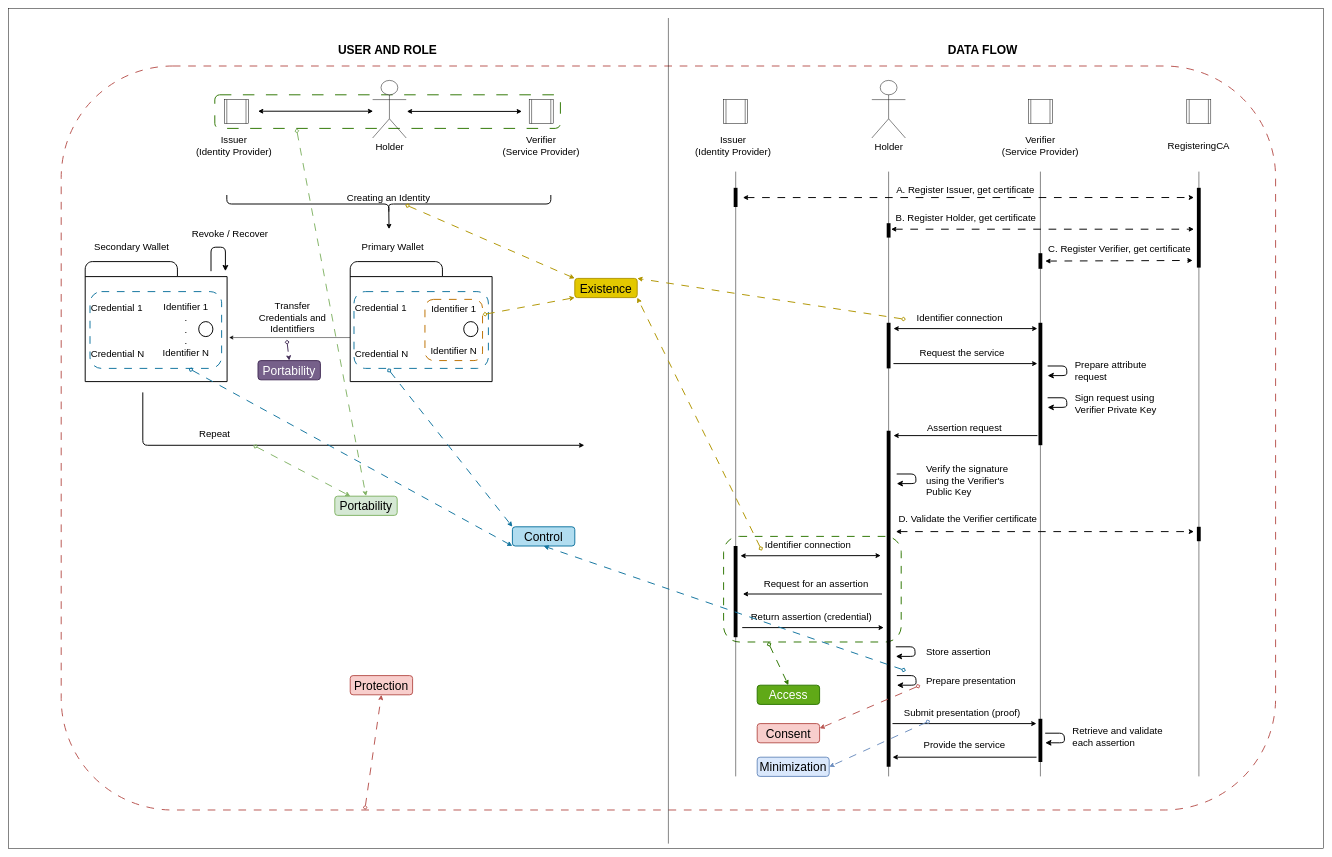
Earlier version of the draw.io diagram definition/images/allen_principles/Allen_principles_schema.drawio (cristianlepore/Self-Sovereign-Identity). Source tidied: cells renumbered, new cells numbered last; positions are measured from the earlier drawing's top-left corner, leaving out a move shared by most shapes. Both pictures are drawn from the tidied source at 48%, with x=0, y=0 at pixel (8, 8).
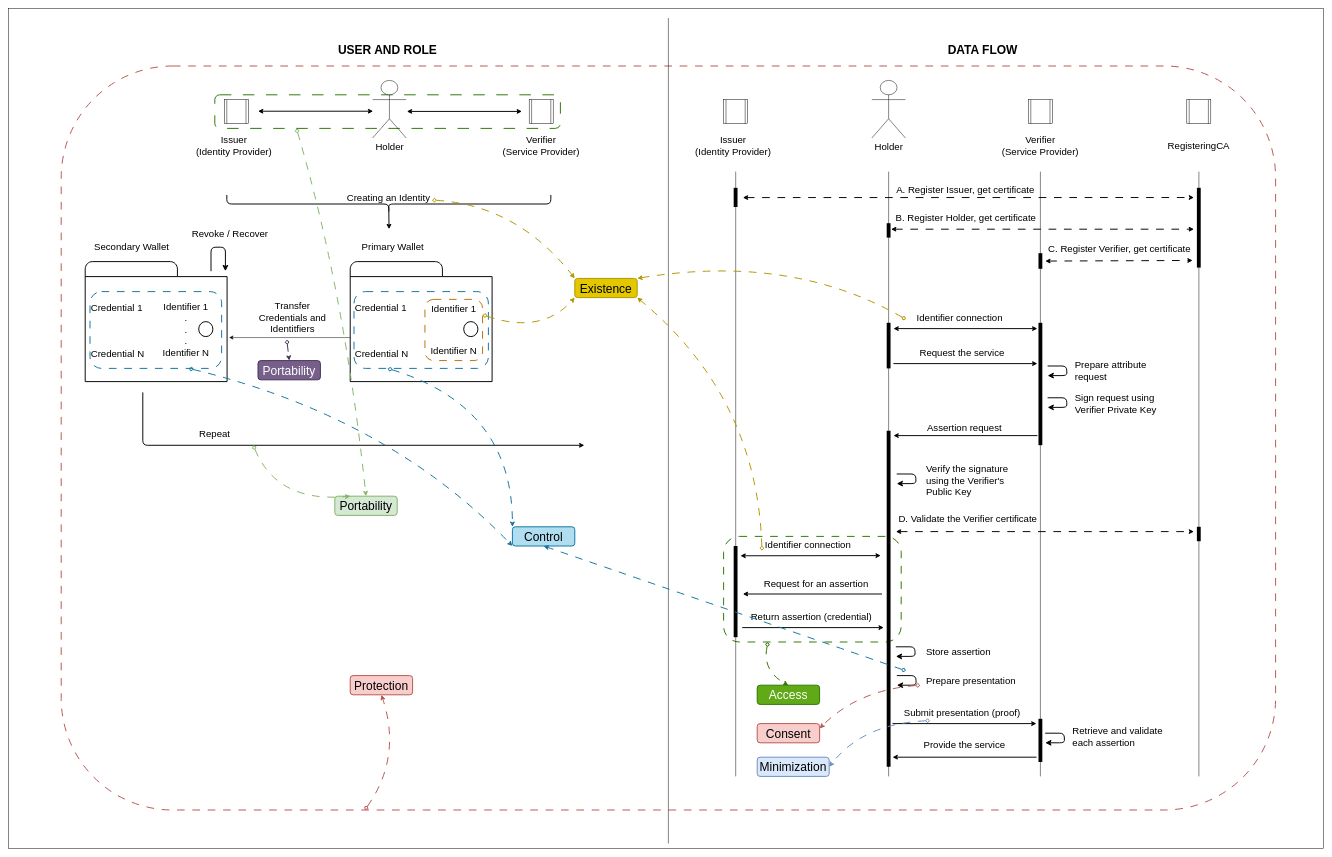
After the change.

The change refers to these unchanged cells:
```xml
<mxCell id="2" style="rounded=1;whiteSpace=wrap;html=1;dashed=1;dashPattern=8 8;fillColor=none;strokeWidth=2;strokeColor=#2D7600;fontColor=#ffffff;" parent="1" vertex="1">
  <mxGeometry x="1490" y="1100" width="370" height="220" as="geometry" />
</mxCell>
<mxCell id="4" style="rounded=1;whiteSpace=wrap;html=1;fillColor=none;dashed=1;dashPattern=8 8;strokeWidth=2;strokeColor=#b85450;" parent="1" vertex="1">
  <mxGeometry x="110" y="120" width="2530" height="1550" as="geometry" />
</mxCell>
<mxCell id="20" value="&lt;div align=&quot;left&quot;&gt;&lt;font style=&quot;font-size: 20px;&quot;&gt;Credential 1&lt;/font&gt;&lt;/div&gt;&lt;div align=&quot;left&quot;&gt;&lt;font style=&quot;font-size: 20px;&quot;&gt;&lt;br&gt;&lt;/font&gt;&lt;/div&gt;&lt;div align=&quot;left&quot;&gt;&lt;font style=&quot;font-size: 20px;&quot;&gt;&lt;br&gt;&lt;/font&gt;&lt;/div&gt;&lt;div align=&quot;left&quot;&gt;&lt;font style=&quot;font-size: 20px;&quot;&gt;&lt;br&gt;&lt;/font&gt;&lt;/div&gt;&lt;div align=&quot;left&quot;&gt;&lt;font style=&quot;font-size: 20px;&quot;&gt;Credential N&lt;br&gt;&lt;/font&gt;&lt;/div&gt;" style="text;html=1;align=left;verticalAlign=middle;whiteSpace=wrap;rounded=1;fillColor=none;strokeColor=#10739e;strokeWidth=2;dashed=1;dashPattern=8 8;" parent="1" vertex="1">
  <mxGeometry x="720" y="590" width="280" height="160" as="geometry" />
</mxCell>
<mxCell id="21" value="&lt;div&gt;&lt;font style=&quot;font-size: 20px;&quot;&gt;Identifier 1&lt;br&gt;&lt;/font&gt;&lt;/div&gt;&lt;div&gt;&lt;br&gt;&lt;/div&gt;&lt;div&gt;&lt;font style=&quot;font-size: 20px;&quot;&gt;&lt;br&gt;&lt;/font&gt;&lt;/div&gt;&lt;div&gt;&lt;font style=&quot;font-size: 20px;&quot;&gt;&lt;br&gt;&lt;/font&gt;&lt;/div&gt;&lt;div&gt;&lt;font style=&quot;font-size: 20px;&quot;&gt;Identifier N&lt;br&gt;&lt;/font&gt;&lt;/div&gt;" style="text;html=1;align=center;verticalAlign=middle;whiteSpace=wrap;rounded=1;fillColor=none;fontColor=#000000;strokeColor=#BD7000;dashed=1;dashPattern=8 8;strokeWidth=2;" parent="1" vertex="1">
  <mxGeometry x="867.8" y="606.2" width="120" height="127.5" as="geometry" />
</mxCell>
<mxCell id="64" value="&lt;div&gt;&lt;font style=&quot;font-size: 20px;&quot;&gt;Creating an Identity&lt;br&gt;&lt;/font&gt;&lt;/div&gt;" style="text;html=1;align=center;verticalAlign=middle;whiteSpace=wrap;rounded=0;" parent="1" vertex="1">
  <mxGeometry x="702.2" y="378.8" width="180" height="30" as="geometry" />
</mxCell>
<mxCell id="86" value="&lt;font style=&quot;font-size: 20px;&quot;&gt;Submit presentation (proof)&lt;br&gt;&lt;/font&gt;" style="text;html=1;align=center;verticalAlign=middle;whiteSpace=wrap;rounded=0;" parent="1" vertex="1">
  <mxGeometry x="1853.8" y="1450" width="266.2" height="33.8" as="geometry" />
</mxCell>
<mxCell id="89" value="&lt;font style=&quot;font-size: 25px;&quot;&gt;Existence&lt;/font&gt;" style="text;html=1;align=center;verticalAlign=middle;whiteSpace=wrap;rounded=1;fillColor=#e3c800;strokeColor=#B09500;strokeWidth=2;fontColor=#000000;" parent="1" vertex="1">
  <mxGeometry x="1180" y="562.5" width="130" height="40" as="geometry" />
</mxCell>
<mxCell id="93" value="&lt;font style=&quot;font-size: 25px;&quot;&gt;Control&lt;/font&gt;" style="text;html=1;align=center;verticalAlign=middle;whiteSpace=wrap;rounded=1;fillColor=#b1ddf0;strokeColor=#10739e;strokeWidth=2;" parent="1" vertex="1">
  <mxGeometry x="1050" y="1080" width="130" height="40" as="geometry" />
</mxCell>
<mxCell id="95" value="&lt;div align=&quot;left&quot;&gt;&lt;font style=&quot;font-size: 20px;&quot;&gt;Credential 1&lt;/font&gt;&lt;/div&gt;&lt;div align=&quot;left&quot;&gt;&lt;font style=&quot;font-size: 20px;&quot;&gt;&lt;br&gt;&lt;/font&gt;&lt;/div&gt;&lt;div align=&quot;left&quot;&gt;&lt;font style=&quot;font-size: 20px;&quot;&gt;&lt;br&gt;&lt;/font&gt;&lt;/div&gt;&lt;div align=&quot;left&quot;&gt;&lt;font style=&quot;font-size: 20px;&quot;&gt;&lt;br&gt;&lt;/font&gt;&lt;/div&gt;&lt;div align=&quot;left&quot;&gt;&lt;font style=&quot;font-size: 20px;&quot;&gt;Credential N&lt;br&gt;&lt;/font&gt;&lt;/div&gt;" style="text;html=1;align=left;verticalAlign=middle;whiteSpace=wrap;rounded=1;fillColor=none;strokeColor=#10739e;strokeWidth=2;dashed=1;dashPattern=8 8;" parent="1" vertex="1">
  <mxGeometry x="170" y="590" width="274.2" height="160" as="geometry" />
</mxCell>
<mxCell id="98" value="&lt;font style=&quot;font-size: 25px;&quot;&gt;Access&lt;/font&gt;" style="text;html=1;align=center;verticalAlign=middle;whiteSpace=wrap;rounded=1;fillColor=#60a917;strokeColor=#2D7600;strokeWidth=2;fontColor=#ffffff;" parent="1" vertex="1">
  <mxGeometry x="1560" y="1410" width="130" height="40" as="geometry" />
</mxCell>
<mxCell id="102" value="&lt;font style=&quot;font-size: 25px;&quot;&gt;Portability&lt;/font&gt;" style="text;html=1;align=center;verticalAlign=middle;whiteSpace=wrap;rounded=1;fillColor=#d5e8d4;strokeColor=#82b366;strokeWidth=2;" parent="1" vertex="1">
  <mxGeometry x="680" y="1016.2" width="130" height="40" as="geometry" />
</mxCell>
<mxCell id="105" value="&lt;div&gt;&lt;font style=&quot;font-size: 25px;&quot;&gt;Consent&lt;/font&gt;&lt;/div&gt;" style="text;html=1;align=center;verticalAlign=middle;whiteSpace=wrap;rounded=1;fillColor=#f8cecc;strokeColor=#b85450;strokeWidth=2;" parent="1" vertex="1">
  <mxGeometry x="1560" y="1490" width="130" height="40" as="geometry" />
</mxCell>
<mxCell id="108" value="&lt;font style=&quot;font-size: 25px;&quot;&gt;Protection&lt;/font&gt;" style="text;html=1;align=center;verticalAlign=middle;whiteSpace=wrap;rounded=1;fillColor=#f8cecc;strokeColor=#b85450;strokeWidth=2;" parent="1" vertex="1">
  <mxGeometry x="712.1" y="1390" width="130" height="40" as="geometry" />
</mxCell>
<mxCell id="109" value="&lt;font style=&quot;font-size: 25px;&quot;&gt;Minimization&lt;/font&gt;" style="text;html=1;align=center;verticalAlign=middle;whiteSpace=wrap;rounded=1;fillColor=#dae8fc;strokeColor=#6c8ebf;strokeWidth=2;" parent="1" vertex="1">
  <mxGeometry x="1560" y="1560" width="150" height="40" as="geometry" />
</mxCell>
```

Change to the diagram source:
```diff
@@
-    <mxCell id="90" style="endArrow=classic;html=1;rounded=0;entryX=0;entryY=0;entryDx=0;entryDy=0;fillColor=#e3c800;strokeColor=#B09500;strokeWidth=2;startArrow=diamond;startFill=0;dashed=1;dashPattern=8 8;" parent="1" edge="1" source="64" target="89">
-      <mxGeometry relative="1" as="geometry" />
+    <mxCell id="90" style="endArrow=classic;html=1;rounded=0;entryX=0;entryY=0;entryDx=0;entryDy=0;fillColor=#e3c800;strokeColor=#B09500;strokeWidth=2;startArrow=diamond;startFill=0;dashed=1;dashPattern=8 8;curved=1;" parent="1" edge="1" source="64" target="89">
+      <mxGeometry relative="1" as="geometry">
+        <Array as="points">
+          <mxPoint x="1060" y="410" />
+        </Array>
+      </mxGeometry>
     </mxCell>
-    <mxCell id="91" style="endArrow=classic;html=1;rounded=0;entryX=0;entryY=1;entryDx=0;entryDy=0;fillColor=#e3c800;strokeColor=#B09500;strokeWidth=2;startArrow=diamond;startFill=0;exitX=1;exitY=0.25;exitDx=0;exitDy=0;dashed=1;dashPattern=8 8;" parent="1" edge="1" source="21" target="89">
-      <mxGeometry relative="1" as="geometry" />
+    <mxCell id="91" style="endArrow=classic;html=1;rounded=0;entryX=0;entryY=1;entryDx=0;entryDy=0;fillColor=#e3c800;strokeColor=#B09500;strokeWidth=2;startArrow=diamond;startFill=0;exitX=1;exitY=0.25;exitDx=0;exitDy=0;dashed=1;dashPattern=8 8;curved=1;" parent="1" edge="1" source="21" target="89">
+      <mxGeometry relative="1" as="geometry">
+        <Array as="points">
+          <mxPoint x="1110" y="680" />
+        </Array>
+      </mxGeometry>
     </mxCell>
-    <mxCell id="92" style="endArrow=classic;html=1;rounded=0;entryX=1;entryY=0;entryDx=0;entryDy=0;fillColor=#e3c800;strokeColor=#B09500;strokeWidth=2;startArrow=diamond;startFill=0;dashed=1;dashPattern=8 8;" parent="1" edge="1" target="89">
+    <mxCell id="92" style="endArrow=classic;html=1;rounded=0;entryX=1;entryY=0;entryDx=0;entryDy=0;fillColor=#e3c800;strokeColor=#B09500;strokeWidth=2;startArrow=diamond;startFill=0;dashed=1;dashPattern=8 8;curved=1;" parent="1" edge="1" target="89">
       <mxGeometry relative="1" as="geometry">
         <mxPoint x="1870" y="648" as="sourcePoint" />
+        <Array as="points">
+          <mxPoint x="1630" y="510" />
+        </Array>
       </mxGeometry>
     </mxCell>
@@
-    <mxCell id="94" style="endArrow=classic;html=1;rounded=0;entryX=0;entryY=0;entryDx=0;entryDy=0;fillColor=#b1ddf0;strokeColor=#10739e;strokeWidth=2;startArrow=diamond;startFill=0;exitX=0.25;exitY=1;exitDx=0;exitDy=0;dashed=1;dashPattern=8 8;" parent="1" edge="1" source="20" target="93">
-      <mxGeometry relative="1" as="geometry" />
+    <mxCell id="94" style="endArrow=classic;html=1;rounded=0;entryX=0;entryY=0;entryDx=0;entryDy=0;fillColor=#b1ddf0;strokeColor=#10739e;strokeWidth=2;startArrow=diamond;startFill=0;exitX=0.25;exitY=1;exitDx=0;exitDy=0;dashed=1;dashPattern=8 8;curved=1;" parent="1" edge="1" source="20" target="93">
+      <mxGeometry relative="1" as="geometry">
+        <Array as="points">
+          <mxPoint x="1050" y="830" />
+        </Array>
+      </mxGeometry>
     </mxCell>
@@
-    <mxCell id="96" style="endArrow=classic;html=1;rounded=0;entryX=0;entryY=1;entryDx=0;entryDy=0;fillColor=#b1ddf0;strokeColor=#10739e;strokeWidth=2;startArrow=diamond;startFill=0;exitX=0.75;exitY=1;exitDx=0;exitDy=0;dashed=1;dashPattern=8 8;" parent="1" edge="1" source="95" target="93">
-      <mxGeometry relative="1" as="geometry" />
+    <mxCell id="96" style="endArrow=classic;html=1;rounded=0;entryX=0;entryY=1;entryDx=0;entryDy=0;fillColor=#b1ddf0;strokeColor=#10739e;strokeWidth=2;startArrow=diamond;startFill=0;exitX=0.75;exitY=1;exitDx=0;exitDy=0;dashed=1;dashPattern=8 8;curved=1;" parent="1" edge="1" source="95" target="93">
+      <mxGeometry relative="1" as="geometry">
+        <Array as="points">
+          <mxPoint x="790" y="850" />
+        </Array>
+      </mxGeometry>
     </mxCell>
-    <mxCell id="97" style="endArrow=classic;html=1;rounded=0;entryX=0.5;entryY=1;entryDx=0;entryDy=0;fillColor=#b1ddf0;strokeColor=#10739e;strokeWidth=2;startArrow=diamond;startFill=0;dashed=1;dashPattern=8 8;" parent="1" edge="1" target="93">
+    <mxCell id="97" style="endArrow=classic;html=1;rounded=0;entryX=0.5;entryY=1;entryDx=0;entryDy=0;fillColor=#b1ddf0;strokeColor=#10739e;strokeWidth=2;startArrow=diamond;startFill=0;dashed=1;dashPattern=8 8;curved=1;" parent="1" edge="1" target="93">
       <mxGeometry relative="1" as="geometry">
         <mxPoint x="1870" y="1380" as="sourcePoint" />
       </mxGeometry>
     </mxCell>
@@
-    <mxCell id="99" style="endArrow=classic;html=1;rounded=0;entryX=0.5;entryY=0;entryDx=0;entryDy=0;fillColor=#60a917;strokeColor=#2D7600;strokeWidth=2;startArrow=diamond;startFill=0;dashed=1;dashPattern=8 8;exitX=0.25;exitY=1;exitDx=0;exitDy=0;" parent="1" edge="1" source="2" target="98">
-      <mxGeometry relative="1" as="geometry" />
+    <mxCell id="99" style="endArrow=classic;html=1;rounded=0;entryX=0.5;entryY=0;entryDx=0;entryDy=0;fillColor=#60a917;strokeColor=#2D7600;strokeWidth=2;startArrow=diamond;startFill=0;dashed=1;dashPattern=8 8;exitX=0.25;exitY=1;exitDx=0;exitDy=0;curved=1;" parent="1" edge="1" source="2" target="98">
+      <mxGeometry relative="1" as="geometry">
+        <Array as="points">
+          <mxPoint x="1570" y="1380" />
+        </Array>
+      </mxGeometry>
     </mxCell>
@@
-    <mxCell id="103" style="endArrow=classic;html=1;rounded=0;entryX=0.25;entryY=0;entryDx=0;entryDy=0;fillColor=#d5e8d4;strokeColor=#82b366;strokeWidth=2;startArrow=diamond;startFill=0;dashed=1;dashPattern=8 8;" parent="1" edge="1" target="102">
+    <mxCell id="103" style="endArrow=classic;html=1;rounded=0;entryX=0.25;entryY=0;entryDx=0;entryDy=0;fillColor=#d5e8d4;strokeColor=#82b366;strokeWidth=2;startArrow=diamond;startFill=0;dashed=1;dashPattern=8 8;curved=1;" parent="1" edge="1" target="102">
       <mxGeometry relative="1" as="geometry">
         <mxPoint x="510" y="910" as="sourcePoint" />
+        <Array as="points">
+          <mxPoint x="560" y="1030" />
+        </Array>
       </mxGeometry>
     </mxCell>
-    <mxCell id="104" style="endArrow=classic;html=1;rounded=0;entryX=0.5;entryY=0;entryDx=0;entryDy=0;fillColor=#d5e8d4;strokeColor=#82b366;strokeWidth=2;startArrow=diamond;startFill=0;dashed=1;dashPattern=8 8;" parent="1" edge="1" target="102">
+    <mxCell id="104" style="endArrow=classic;html=1;rounded=0;entryX=0.5;entryY=0;entryDx=0;entryDy=0;fillColor=#d5e8d4;strokeColor=#82b366;strokeWidth=2;startArrow=diamond;startFill=0;dashed=1;dashPattern=8 8;curved=1;" parent="1" edge="1" target="102">
       <mxGeometry relative="1" as="geometry">
         <mxPoint x="600" y="250" as="sourcePoint" />
+        <Array as="points">
+          <mxPoint x="700" y="590" />
+        </Array>
       </mxGeometry>
     </mxCell>
@@
-    <mxCell id="106" style="endArrow=classic;html=1;rounded=0;entryX=1;entryY=0.25;entryDx=0;entryDy=0;fillColor=#f8cecc;strokeColor=#b85450;strokeWidth=2;startArrow=diamond;startFill=0;dashed=1;dashPattern=8 8;" parent="1" edge="1" target="105">
+    <mxCell id="106" style="endArrow=classic;html=1;rounded=0;entryX=1;entryY=0.25;entryDx=0;entryDy=0;fillColor=#f8cecc;strokeColor=#b85450;strokeWidth=2;startArrow=diamond;startFill=0;dashed=1;dashPattern=8 8;curved=1;" parent="1" edge="1" target="105">
       <mxGeometry relative="1" as="geometry">
         <mxPoint x="1900" y="1410" as="sourcePoint" />
+        <Array as="points">
+          <mxPoint x="1770" y="1420" />
+        </Array>
       </mxGeometry>
     </mxCell>
-    <mxCell id="107" style="endArrow=classic;html=1;rounded=0;entryX=1;entryY=1;entryDx=0;entryDy=0;fillColor=#e3c800;strokeColor=#B09500;strokeWidth=2;startArrow=diamond;startFill=0;dashed=1;dashPattern=8 8;exitX=0.216;exitY=0.136;exitDx=0;exitDy=0;exitPerimeter=0;" parent="1" edge="1" source="2" target="89">
-      <mxGeometry relative="1" as="geometry" />
+    <mxCell id="107" style="endArrow=classic;html=1;rounded=0;entryX=1;entryY=1;entryDx=0;entryDy=0;fillColor=#e3c800;strokeColor=#B09500;strokeWidth=2;startArrow=diamond;startFill=0;dashed=1;dashPattern=8 8;exitX=0.216;exitY=0.136;exitDx=0;exitDy=0;exitPerimeter=0;curved=1;" parent="1" edge="1" source="2" target="89">
+      <mxGeometry relative="1" as="geometry">
+        <Array as="points">
+          <mxPoint x="1560" y="810" />
+        </Array>
+      </mxGeometry>
     </mxCell>
@@
-    <mxCell id="110" style="endArrow=classic;html=1;rounded=0;entryX=1;entryY=0.5;entryDx=0;entryDy=0;fillColor=#dae8fc;strokeColor=#6c8ebf;strokeWidth=2;startArrow=diamond;startFill=0;dashed=1;dashPattern=8 8;exitX=0.25;exitY=1;exitDx=0;exitDy=0;" parent="1" edge="1" source="86" target="109">
-      <mxGeometry relative="1" as="geometry" />
+    <mxCell id="110" style="endArrow=classic;html=1;rounded=0;entryX=1;entryY=0.5;entryDx=0;entryDy=0;fillColor=#dae8fc;strokeColor=#6c8ebf;strokeWidth=2;startArrow=diamond;startFill=0;dashed=1;dashPattern=8 8;exitX=0.25;exitY=1;exitDx=0;exitDy=0;curved=1;" parent="1" edge="1" source="86" target="109">
+      <mxGeometry relative="1" as="geometry">
+        <Array as="points">
+          <mxPoint x="1780" y="1490" />
+        </Array>
+      </mxGeometry>
     </mxCell>
-    <mxCell id="111" style="endArrow=classic;html=1;rounded=0;entryX=0.5;entryY=1;entryDx=0;entryDy=0;fillColor=#f8cecc;strokeColor=#b85450;strokeWidth=2;startArrow=diamond;startFill=0;dashed=1;dashPattern=8 8;exitX=0.25;exitY=1;exitDx=0;exitDy=0;" parent="1" edge="1" source="4" target="108">
-      <mxGeometry relative="1" as="geometry" />
+    <mxCell id="111" style="endArrow=classic;html=1;rounded=0;entryX=0.5;entryY=1;entryDx=0;entryDy=0;fillColor=#f8cecc;strokeColor=#b85450;strokeWidth=2;startArrow=diamond;startFill=0;dashed=1;dashPattern=8 8;exitX=0.25;exitY=1;exitDx=0;exitDy=0;curved=1;" parent="1" edge="1" source="4" target="108">
+      <mxGeometry relative="1" as="geometry">
+        <Array as="points">
+          <mxPoint x="820" y="1560" />
+        </Array>
+      </mxGeometry>
     </mxCell>
```
